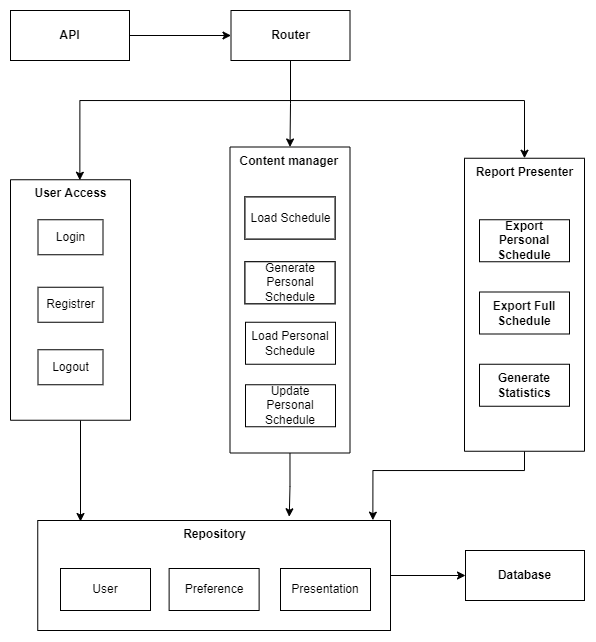
ivanchuchulski/fmi-web-project-schedule-generator keeps this draw.io diagram as docs/diagrams/scheulde-generator-modules.drawio.png. Above is the earlier version. Source tidied: cells renumbered, new cells last; positions are measured from the earlier drawing's top-left corner, leaving out a move shared by most shapes. Source of this version:
```xml
<mxGraphModel>
  <root>
    <mxCell id="0" />
    <mxCell id="1" parent="0" />
    <mxCell id="2" style="edgeStyle=orthogonalEdgeStyle;rounded=0;jettySize=auto;html=1;entryX=0.95;entryY=-0.003;entryDx=0;entryDy=0;entryPerimeter=0;" parent="1" edge="1" source="3" target="6">
      <mxGeometry relative="1" as="geometry">
        <Array as="points">
          <mxPoint x="514" y="460" />
          <mxPoint x="362" y="460" />
        </Array>
      </mxGeometry>
    </mxCell>
    <mxCell id="3" value="Report Presenter" style="html=1;verticalAlign=top;direction=south;fontStyle=1;" parent="1" vertex="1">
      <mxGeometry x="454" y="147.8" width="120" height="293" as="geometry" />
    </mxCell>
    <mxCell id="4" value="Generate Statistics" style="html=1;whiteSpace=wrap;fontStyle=1;" parent="1" vertex="1">
      <mxGeometry x="469" y="353.8" width="90" height="42" as="geometry" />
    </mxCell>
    <mxCell id="5" style="edgeStyle=orthogonalEdgeStyle;rounded=0;jettySize=auto;html=1;" parent="1" edge="1" source="6" target="22">
      <mxGeometry relative="1" as="geometry" />
    </mxCell>
    <mxCell id="6" value="Repository" style="html=1;verticalAlign=top;fontStyle=1;" parent="1" vertex="1">
      <mxGeometry x="27.2" y="510" width="352.8" height="110" as="geometry" />
    </mxCell>
    <mxCell id="7" style="edgeStyle=orthogonalEdgeStyle;rounded=0;jettySize=auto;html=1;entryX=0.713;entryY=-0.034;entryDx=0;entryDy=0;entryPerimeter=0;" parent="1" edge="1" source="8" target="6">
      <mxGeometry relative="1" as="geometry" />
    </mxCell>
    <mxCell id="8" value="Content manager&amp;nbsp;" style="html=1;verticalAlign=top;direction=south;fontStyle=1;" parent="1" vertex="1">
      <mxGeometry x="219.5" y="136.5" width="120" height="306" as="geometry" />
    </mxCell>
    <mxCell id="9" style="edgeStyle=orthogonalEdgeStyle;rounded=0;jettySize=auto;html=1;" parent="1" edge="1" source="10">
      <mxGeometry relative="1" as="geometry">
        <mxPoint x="70" y="511" as="targetPoint" />
        <Array as="points">
          <mxPoint x="70" y="511" />
        </Array>
      </mxGeometry>
    </mxCell>
    <mxCell id="10" value="User Access" style="html=1;verticalAlign=top;direction=south;fontStyle=1;" parent="1" vertex="1">
      <mxGeometry y="169.2" width="120" height="240.5" as="geometry" />
    </mxCell>
    <mxCell id="11" style="edgeStyle=orthogonalEdgeStyle;rounded=0;jettySize=auto;html=1;entryX=0;entryY=0.5;entryDx=0;entryDy=0;" parent="1" edge="1" source="14" target="3">
      <mxGeometry relative="1" as="geometry">
        <Array as="points">
          <mxPoint x="280" y="90" />
          <mxPoint x="514" y="90" />
        </Array>
      </mxGeometry>
    </mxCell>
    <mxCell id="12" style="edgeStyle=orthogonalEdgeStyle;rounded=0;jettySize=auto;html=1;entryX=0.002;entryY=0.422;entryDx=0;entryDy=0;entryPerimeter=0;" parent="1" edge="1" source="14" target="10">
      <mxGeometry relative="1" as="geometry">
        <Array as="points">
          <mxPoint x="280" y="90" />
          <mxPoint x="69" y="90" />
        </Array>
      </mxGeometry>
    </mxCell>
    <mxCell id="13" style="edgeStyle=orthogonalEdgeStyle;rounded=0;jettySize=auto;html=1;entryX=0;entryY=0.5;entryDx=0;entryDy=0;" parent="1" edge="1" source="14" target="8">
      <mxGeometry relative="1" as="geometry" />
    </mxCell>
    <mxCell id="14" value="Router" style="html=1;fontStyle=1;" parent="1" vertex="1">
      <mxGeometry x="220.5" width="119" height="50" as="geometry" />
    </mxCell>
    <mxCell id="15" value="Login" style="html=1;" parent="1" vertex="1">
      <mxGeometry x="27.5" y="209.2" width="65" height="35" as="geometry" />
    </mxCell>
    <mxCell id="16" value="Load Schedule" style="html=1;" parent="1" vertex="1">
      <mxGeometry x="234.5" y="186.5" width="90" height="42" as="geometry" />
    </mxCell>
    <mxCell id="17" value="Generate Personal Schedule" style="html=1;whiteSpace=wrap;" parent="1" vertex="1">
      <mxGeometry x="234.5" y="251.2" width="90" height="42" as="geometry" />
    </mxCell>
    <mxCell id="18" value="Load Personal Schedule" style="html=1;whiteSpace=wrap;" parent="1" vertex="1">
      <mxGeometry x="235" y="311.8" width="90" height="42" as="geometry" />
    </mxCell>
    <mxCell id="19" value="Presentation" style="html=1;whiteSpace=wrap;" parent="1" vertex="1">
      <mxGeometry x="270" y="558" width="90" height="42" as="geometry" />
    </mxCell>
    <mxCell id="20" value="User" style="html=1;whiteSpace=wrap;" parent="1" vertex="1">
      <mxGeometry x="50" y="558" width="90" height="42" as="geometry" />
    </mxCell>
    <mxCell id="21" value="Preference" style="html=1;whiteSpace=wrap;" parent="1" vertex="1">
      <mxGeometry x="158.6" y="558" width="90" height="42" as="geometry" />
    </mxCell>
    <mxCell id="22" value="Database" style="html=1;whiteSpace=wrap;fontStyle=1;" parent="1" vertex="1">
      <mxGeometry x="455" y="540" width="119" height="50" as="geometry" />
    </mxCell>
    <mxCell id="23" style="edgeStyle=orthogonalEdgeStyle;rounded=0;jettySize=auto;html=1;" parent="1" edge="1" source="24" target="14">
      <mxGeometry relative="1" as="geometry" />
    </mxCell>
    <mxCell id="24" value="API" style="html=1;whiteSpace=wrap;fontStyle=1;" parent="1" vertex="1">
      <mxGeometry width="119" height="50" as="geometry" />
    </mxCell>
    <mxCell id="25" value="Export Full Schedule" style="html=1;whiteSpace=wrap;fontStyle=1;" parent="1" vertex="1">
      <mxGeometry x="469" y="281.5" width="90" height="42" as="geometry" />
    </mxCell>
    <mxCell id="26" value="Export Personal Schedule" style="html=1;whiteSpace=wrap;fontStyle=1;" parent="1" vertex="1">
      <mxGeometry x="469" y="209.2" width="90" height="42" as="geometry" />
    </mxCell>
    <mxCell id="27" value="Logout" style="html=1;" parent="1" vertex="1">
      <mxGeometry x="27.5" y="339.2" width="65" height="35" as="geometry" />
    </mxCell>
    <mxCell id="28" value="Registrer" style="html=1;" parent="1" vertex="1">
      <mxGeometry x="27.5" y="276.8" width="65" height="35" as="geometry" />
    </mxCell>
    <mxCell id="29" value="Update Personal Schedule" style="html=1;whiteSpace=wrap;" parent="1" vertex="1">
      <mxGeometry x="235" y="374.2" width="90" height="42" as="geometry" />
    </mxCell>
    <mxCell id="30" value="Load Schedule" style="html=1;" parent="1" vertex="1">
      <mxGeometry x="234.5" y="186.5" width="90" height="42" as="geometry" />
    </mxCell>
    <mxCell id="31" value="Generate Personal Schedule" style="html=1;whiteSpace=wrap;" parent="1" vertex="1">
      <mxGeometry x="234.5" y="251.2" width="90" height="42" as="geometry" />
    </mxCell>
  </root>
</mxGraphModel>
```
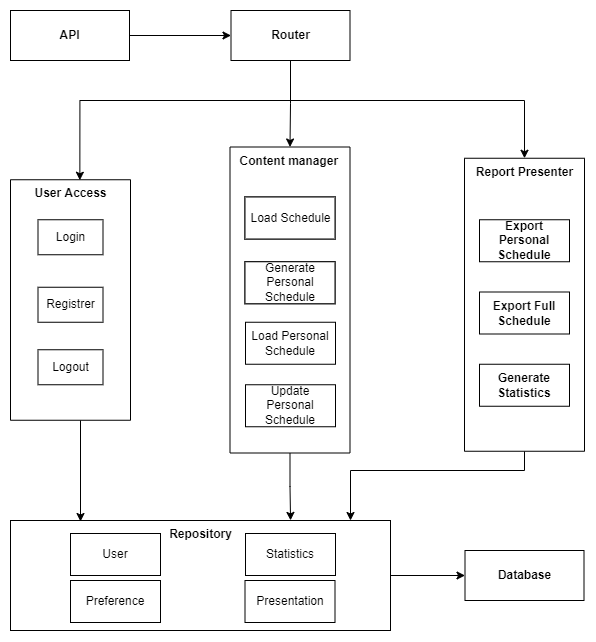
Later version of the same file.

The edit, as a diff of the source:
```diff
@@ -2,11 +2,11 @@
   <root>
     <mxCell id="0" />
     <mxCell id="1" parent="0" />
-    <mxCell id="2" style="edgeStyle=orthogonalEdgeStyle;rounded=0;jettySize=auto;html=1;entryX=0.95;entryY=-0.003;entryDx=0;entryDy=0;entryPerimeter=0;" parent="1" edge="1" source="3" target="6">
+    <mxCell id="2" style="edgeStyle=orthogonalEdgeStyle;rounded=0;jettySize=auto;html=1;" parent="1" edge="1" source="3" target="6">
       <mxGeometry relative="1" as="geometry">
         <Array as="points">
           <mxPoint x="514" y="460" />
-          <mxPoint x="362" y="460" />
+          <mxPoint x="340" y="460" />
         </Array>
       </mxGeometry>
     </mxCell>
@@ -20,10 +20,15 @@
       <mxGeometry relative="1" as="geometry" />
     </mxCell>
     <mxCell id="6" value="Repository" style="html=1;verticalAlign=top;fontStyle=1;" parent="1" vertex="1">
-      <mxGeometry x="27.2" y="510" width="352.8" height="110" as="geometry" />
+      <mxGeometry y="510" width="380" height="110" as="geometry" />
     </mxCell>
-    <mxCell id="7" style="edgeStyle=orthogonalEdgeStyle;rounded=0;jettySize=auto;html=1;entryX=0.713;entryY=-0.034;entryDx=0;entryDy=0;entryPerimeter=0;" parent="1" edge="1" source="8" target="6">
-      <mxGeometry relative="1" as="geometry" />
+    <mxCell id="7" style="edgeStyle=orthogonalEdgeStyle;rounded=0;jettySize=auto;html=1;entryX=0.737;entryY=-0.001;entryDx=0;entryDy=0;entryPerimeter=0;" parent="1" edge="1" source="8" target="6">
+      <mxGeometry relative="1" as="geometry">
+        <Array as="points">
+          <mxPoint x="280" y="476" />
+          <mxPoint x="280" y="476" />
+        </Array>
+      </mxGeometry>
     </mxCell>
     <mxCell id="8" value="Content manager&amp;nbsp;" style="html=1;verticalAlign=top;direction=south;fontStyle=1;" parent="1" vertex="1">
       <mxGeometry x="219.5" y="136.5" width="120" height="306" as="geometry" />
@@ -74,16 +79,16 @@
       <mxGeometry x="235" y="311.8" width="90" height="42" as="geometry" />
     </mxCell>
     <mxCell id="19" value="Presentation" style="html=1;whiteSpace=wrap;" parent="1" vertex="1">
-      <mxGeometry x="270" y="558" width="90" height="42" as="geometry" />
+      <mxGeometry x="234.5" y="570" width="90" height="42" as="geometry" />
     </mxCell>
     <mxCell id="20" value="User" style="html=1;whiteSpace=wrap;" parent="1" vertex="1">
-      <mxGeometry x="50" y="558" width="90" height="42" as="geometry" />
+      <mxGeometry x="60" y="523" width="90" height="42" as="geometry" />
     </mxCell>
     <mxCell id="21" value="Preference" style="html=1;whiteSpace=wrap;" parent="1" vertex="1">
-      <mxGeometry x="158.6" y="558" width="90" height="42" as="geometry" />
+      <mxGeometry x="60" y="570" width="90" height="42" as="geometry" />
     </mxCell>
     <mxCell id="22" value="Database" style="html=1;whiteSpace=wrap;fontStyle=1;" parent="1" vertex="1">
-      <mxGeometry x="455" y="540" width="119" height="50" as="geometry" />
+      <mxGeometry x="454.5" y="540" width="119" height="50" as="geometry" />
     </mxCell>
     <mxCell id="23" style="edgeStyle=orthogonalEdgeStyle;rounded=0;jettySize=auto;html=1;" parent="1" edge="1" source="24" target="14">
       <mxGeometry relative="1" as="geometry" />
@@ -112,5 +117,8 @@
     <mxCell id="31" value="Generate Personal Schedule" style="html=1;whiteSpace=wrap;" parent="1" vertex="1">
       <mxGeometry x="234.5" y="251.2" width="90" height="42" as="geometry" />
     </mxCell>
+    <mxCell id="32" value="Statistics" style="html=1;whiteSpace=wrap;" parent="1" vertex="1">
+      <mxGeometry x="235" y="523" width="90" height="42" as="geometry" />
+    </mxCell>
   </root>
 </mxGraphModel>
```
